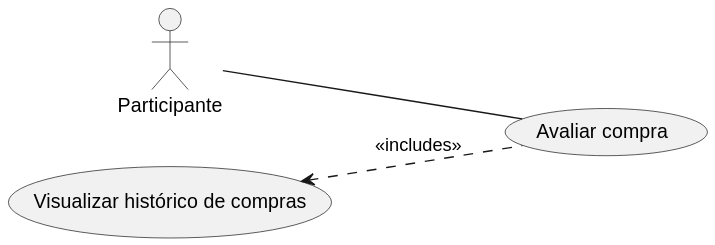
This is specs/casos_de_uso/svg/uml_uc17.svg from Phenrique-sousa/APS-documents, a PlantUML export, as it was before one commit.
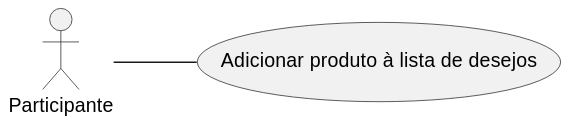
Later version of the same file.

What changed in the source:
```diff
@@ -3,10 +3,8 @@
 
 actor "Participante" as Usuario
 
-usecase "Avaliar compra" as UC1
-usecase "Visualizar histórico de compras" as UC2
+usecase "Adicionar produto à lista de desejos" as UC2
 
-Usuario -- UC1
+Usuario -- UC2
 
-UC2 <.. UC1 : <<includes>>
 @enduml
```
